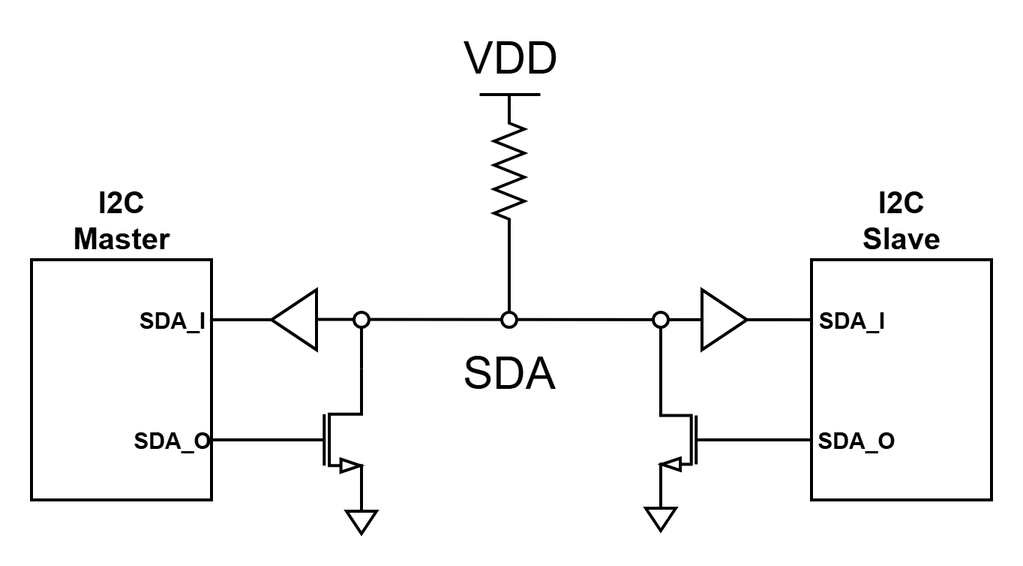
Above: images/i2c_pull_up.png in taeseong-dev/i2c-spi-rtl-design (draw.io), before the change. Source tidied: cells renumbered, new cells last; positions are measured from the earlier drawing's top-left corner, leaving out a move shared by most shapes.
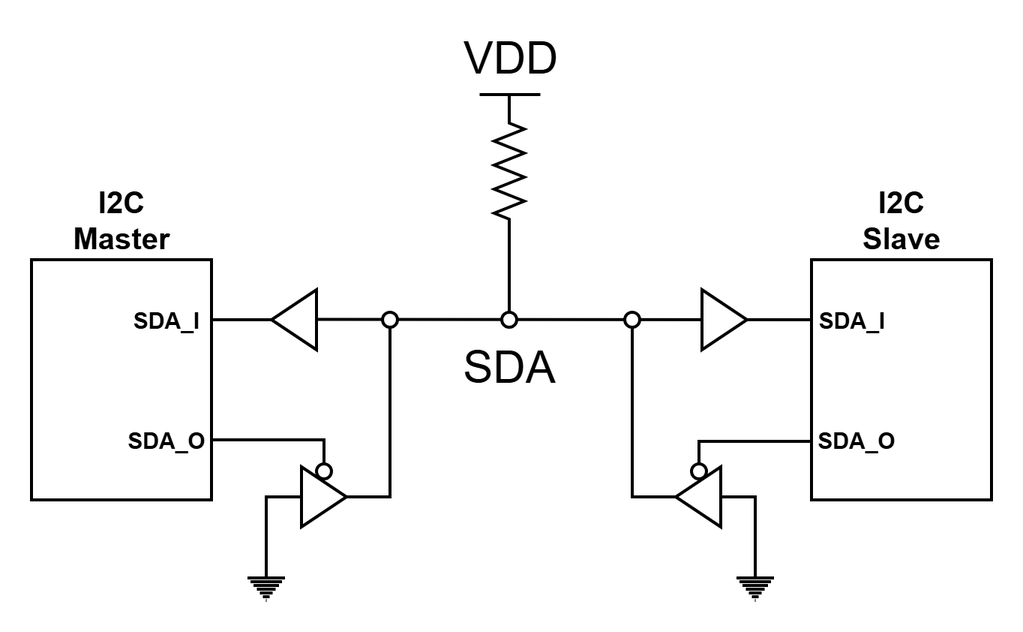
Later version of the same file.

Diff of the diagram source:
```diff
@@ -3,98 +3,113 @@
     <mxCell id="0" />
     <mxCell id="1" parent="0" />
     <mxCell id="2" value="I2C&lt;div&gt;Master&lt;/div&gt;" style="rounded=0;whiteSpace=wrap;html=1;strokeWidth=2;fontSize=20;fontStyle=1;align=center;verticalAlign=bottom;horizontal=1;labelPosition=center;verticalLabelPosition=top;" parent="1" vertex="1">
-      <mxGeometry y="150" width="120" height="160" as="geometry" />
+      <mxGeometry y="550" width="120" height="160" as="geometry" />
     </mxCell>
     <mxCell id="3" style="endArrow=none;html=1;rounded=0;strokeWidth=2;" parent="1" edge="1">
       <mxGeometry relative="1" as="geometry">
-        <mxPoint x="119.5" y="190" as="sourcePoint" />
-        <mxPoint x="160" y="190" as="targetPoint" />
+        <mxPoint x="119.5" y="590" as="sourcePoint" />
+        <mxPoint x="160" y="590" as="targetPoint" />
       </mxGeometry>
     </mxCell>
     <mxCell id="4" style="triangle;whiteSpace=wrap;html=1;rotation=-180;strokeWidth=2;" parent="1" vertex="1">
-      <mxGeometry x="160" y="170" width="30" height="40" as="geometry" />
+      <mxGeometry x="160" y="570" width="30" height="40" as="geometry" />
     </mxCell>
-    <mxCell id="5" style="verticalLabelPosition=bottom;shadow=0;dashed=0;align=center;html=1;verticalAlign=top;shape=mxgraph.electrical.transistors.nmos;strokeWidth=2;" parent="1" vertex="1">
-      <mxGeometry x="160" y="220" width="60" height="100" as="geometry" />
+    <mxCell id="5" style="endArrow=none;html=1;rounded=0;exitX=1;exitY=0.5;exitDx=0;exitDy=0;entryX=0.5;entryY=1;entryDx=0;entryDy=0;strokeWidth=2;edgeStyle=orthogonalEdgeStyle;" parent="1" edge="1" source="23" target="15">
+      <mxGeometry relative="1" as="geometry" />
     </mxCell>
-    <mxCell id="6" style="endArrow=none;html=1;rounded=0;exitX=1;exitY=0;exitDx=0;exitDy=0;exitPerimeter=0;entryX=0.5;entryY=1;entryDx=0;entryDy=0;strokeWidth=2;" parent="1" edge="1" source="5" target="18">
-      <mxGeometry relative="1" as="geometry" />
+    <mxCell id="6" style="endArrow=none;html=1;rounded=0;entryX=0.5;entryY=0;entryDx=0;entryDy=0;exitX=1;exitY=0.75;exitDx=0;exitDy=0;strokeWidth=2;edgeStyle=orthogonalEdgeStyle;" parent="1" edge="1" source="2" target="24">
+      <mxGeometry x="0.21" relative="1" as="geometry" />
     </mxCell>
-    <mxCell id="7" style="endArrow=none;html=1;rounded=0;entryX=0;entryY=0.5;entryDx=0;entryDy=0;entryPerimeter=0;exitX=1;exitY=0.75;exitDx=0;exitDy=0;strokeWidth=2;" parent="1" edge="1" source="2" target="5">
-      <mxGeometry relative="1" as="geometry" />
+    <mxCell id="7" style="verticalLabelPosition=bottom;shadow=0;dashed=0;align=center;html=1;verticalAlign=top;shape=mxgraph.electrical.resistors.resistor_2;rotation=-90;strokeWidth=2;" parent="1" vertex="1">
+      <mxGeometry x="268.5" y="481" width="100" height="20" as="geometry" />
     </mxCell>
-    <mxCell id="8" style="verticalLabelPosition=bottom;shadow=0;dashed=0;align=center;html=1;verticalAlign=top;shape=mxgraph.electrical.resistors.resistor_2;rotation=-90;strokeWidth=2;" parent="1" vertex="1">
-      <mxGeometry x="268.5" y="81" width="100" height="20" as="geometry" />
+    <mxCell id="8" style="endArrow=none;html=1;rounded=0;strokeWidth=2;" parent="1" edge="1">
+      <mxGeometry relative="1" as="geometry">
+        <mxPoint x="298.8" y="440" as="sourcePoint" />
+        <mxPoint x="339.2" y="440" as="targetPoint" />
+      </mxGeometry>
     </mxCell>
-    <mxCell id="9" style="endArrow=none;html=1;rounded=0;strokeWidth=2;" parent="1" edge="1">
-      <mxGeometry relative="1" as="geometry">
-        <mxPoint x="298.8" y="40" as="sourcePoint" />
-        <mxPoint x="339.2" y="40" as="targetPoint" />
-      </mxGeometry>
+    <mxCell id="9" value="VDD" style="text;html=1;whiteSpace=wrap;strokeColor=none;fillColor=none;align=center;verticalAlign=middle;rounded=0;fontSize=30;fontStyle=0;strokeWidth=2;" parent="1" vertex="1">
+      <mxGeometry x="268.5" y="400" width="101" height="30" as="geometry" />
     </mxCell>
-    <mxCell id="10" value="VDD" style="text;html=1;whiteSpace=wrap;strokeColor=none;fillColor=none;align=center;verticalAlign=middle;rounded=0;fontSize=30;fontStyle=0;strokeWidth=2;" parent="1" vertex="1">
-      <mxGeometry x="268.5" width="101" height="30" as="geometry" />
+    <mxCell id="10" value="SDA_O" style="text;html=1;whiteSpace=wrap;strokeColor=none;fillColor=none;align=center;verticalAlign=middle;rounded=0;fontSize=15;fontStyle=1;strokeWidth=2;" parent="1" vertex="1">
+      <mxGeometry x="60" y="655" width="60" height="30" as="geometry" />
     </mxCell>
-    <mxCell id="11" value="SDA_O" style="text;html=1;whiteSpace=wrap;strokeColor=none;fillColor=none;align=center;verticalAlign=middle;rounded=0;fontSize=15;fontStyle=1;strokeWidth=2;" parent="1" vertex="1">
-      <mxGeometry x="64" y="255" width="60" height="30" as="geometry" />
+    <mxCell id="11" value="SDA_I" style="text;html=1;whiteSpace=wrap;strokeColor=none;fillColor=none;align=center;verticalAlign=middle;rounded=0;fontSize=15;fontStyle=1;strokeWidth=2;" parent="1" vertex="1">
+      <mxGeometry x="60" y="575" width="60" height="30" as="geometry" />
     </mxCell>
-    <mxCell id="12" value="SDA_I" style="text;html=1;whiteSpace=wrap;strokeColor=none;fillColor=none;align=center;verticalAlign=middle;rounded=0;fontSize=15;fontStyle=1;strokeWidth=2;" parent="1" vertex="1">
-      <mxGeometry x="64" y="175" width="60" height="30" as="geometry" />
+    <mxCell id="12" style="endArrow=none;html=1;rounded=0;strokeWidth=2;" parent="1" edge="1">
+      <mxGeometry relative="1" as="geometry">
+        <mxPoint x="318.5" y="590" as="sourcePoint" />
+        <mxPoint x="318.5" y="540" as="targetPoint" />
+      </mxGeometry>
     </mxCell>
-    <mxCell id="13" style="triangle;whiteSpace=wrap;html=1;rotation=90;strokeWidth=2;" parent="1" vertex="1">
-      <mxGeometry x="212.5" y="315" width="15" height="20" as="geometry" />
+    <mxCell id="13" style="endArrow=none;html=1;rounded=0;entryX=0;entryY=0.25;entryDx=0;entryDy=0;strokeWidth=2;" parent="1" edge="1" target="14">
+      <mxGeometry relative="1" as="geometry">
+        <mxPoint x="190.8" y="589.7" as="sourcePoint" />
+      </mxGeometry>
     </mxCell>
-    <mxCell id="14" style="endArrow=none;html=1;rounded=0;strokeWidth=2;" parent="1" edge="1">
-      <mxGeometry relative="1" as="geometry">
-        <mxPoint x="318.5" y="190" as="sourcePoint" />
-        <mxPoint x="318.5" y="140" as="targetPoint" />
-      </mxGeometry>
+    <mxCell id="14" value="I2C&lt;div&gt;Slave&lt;/div&gt;" style="rounded=0;whiteSpace=wrap;html=1;strokeWidth=2;fontSize=20;fontStyle=1;align=center;verticalAlign=bottom;horizontal=1;labelPosition=center;verticalLabelPosition=top;flipH=0;legacyAnchorPoints=0;flipV=0;" parent="1" vertex="1">
+      <mxGeometry x="520" y="550" width="120" height="160" as="geometry" />
     </mxCell>
-    <mxCell id="15" style="verticalLabelPosition=bottom;shadow=0;dashed=0;align=center;html=1;verticalAlign=top;shape=mxgraph.electrical.transistors.nmos;flipH=0;legacyAnchorPoints=0;flipV=1;rotation=-180;strokeWidth=2;" parent="1" vertex="1">
-      <mxGeometry x="419.5" y="220" width="57" height="100" as="geometry" />
+    <mxCell id="15" style="ellipse;whiteSpace=wrap;html=1;strokeWidth=2;" parent="1" vertex="1">
+      <mxGeometry x="234" y="585" width="10" height="10" as="geometry" />
     </mxCell>
-    <mxCell id="16" style="endArrow=none;html=1;rounded=0;entryX=0;entryY=0.25;entryDx=0;entryDy=0;strokeWidth=2;" parent="1" edge="1" target="17">
-      <mxGeometry relative="1" as="geometry">
-        <mxPoint x="190.8" y="189.7" as="sourcePoint" />
-      </mxGeometry>
+    <mxCell id="16" style="ellipse;whiteSpace=wrap;html=1;strokeWidth=2;" parent="1" vertex="1">
+      <mxGeometry x="313.5" y="585" width="10" height="10" as="geometry" />
     </mxCell>
-    <mxCell id="17" value="I2C&lt;div&gt;Slave&lt;/div&gt;" style="rounded=0;whiteSpace=wrap;html=1;strokeWidth=2;fontSize=20;fontStyle=1;align=center;verticalAlign=bottom;horizontal=1;labelPosition=center;verticalLabelPosition=top;flipH=0;legacyAnchorPoints=0;flipV=0;" parent="1" vertex="1">
-      <mxGeometry x="520" y="150" width="120" height="160" as="geometry" />
+    <mxCell id="17" style="triangle;whiteSpace=wrap;html=1;rotation=0;strokeWidth=2;" parent="1" vertex="1">
+      <mxGeometry x="447" y="570" width="30" height="40" as="geometry" />
     </mxCell>
-    <mxCell id="18" style="ellipse;whiteSpace=wrap;html=1;strokeWidth=2;" parent="1" vertex="1">
-      <mxGeometry x="215" y="185" width="10" height="10" as="geometry" />
+    <mxCell id="18" value="SDA_O" style="text;html=1;whiteSpace=wrap;strokeColor=none;fillColor=none;align=center;verticalAlign=middle;rounded=0;fontSize=15;fontStyle=1;flipH=0;legacyAnchorPoints=0;flipV=0;strokeWidth=2;" parent="1" vertex="1">
+      <mxGeometry x="520" y="655" width="60" height="30" as="geometry" />
     </mxCell>
-    <mxCell id="19" style="ellipse;whiteSpace=wrap;html=1;strokeWidth=2;" parent="1" vertex="1">
-      <mxGeometry x="313.5" y="185" width="10" height="10" as="geometry" />
+    <mxCell id="19" value="SDA_I" style="text;html=1;whiteSpace=wrap;strokeColor=none;fillColor=none;align=center;verticalAlign=middle;rounded=0;fontSize=15;fontStyle=1;flipH=0;legacyAnchorPoints=0;flipV=0;strokeWidth=2;" parent="1" vertex="1">
+      <mxGeometry x="517" y="575" width="60" height="30" as="geometry" />
     </mxCell>
-    <mxCell id="20" style="triangle;whiteSpace=wrap;html=1;rotation=0;strokeWidth=2;" parent="1" vertex="1">
-      <mxGeometry x="447" y="170" width="30" height="40" as="geometry" />
+    <mxCell id="20" style="endArrow=none;html=1;rounded=0;exitX=1;exitY=0.5;exitDx=0;exitDy=0;entryX=0.5;entryY=1;entryDx=0;entryDy=0;strokeWidth=2;edgeStyle=orthogonalEdgeStyle;" parent="1" edge="1" source="29" target="21">
+      <mxGeometry relative="1" as="geometry" />
     </mxCell>
-    <mxCell id="21" value="SDA_O" style="text;html=1;whiteSpace=wrap;strokeColor=none;fillColor=none;align=center;verticalAlign=middle;rounded=0;fontSize=15;fontStyle=1;flipH=0;legacyAnchorPoints=0;flipV=0;strokeWidth=2;" parent="1" vertex="1">
-      <mxGeometry x="520" y="255" width="60" height="30" as="geometry" />
+    <mxCell id="21" style="ellipse;whiteSpace=wrap;html=1;strokeWidth=2;" parent="1" vertex="1">
+      <mxGeometry x="395.5" y="585" width="10" height="10" as="geometry" />
     </mxCell>
-    <mxCell id="22" value="SDA_I" style="text;html=1;whiteSpace=wrap;strokeColor=none;fillColor=none;align=center;verticalAlign=middle;rounded=0;fontSize=15;fontStyle=1;flipH=0;legacyAnchorPoints=0;flipV=0;strokeWidth=2;" parent="1" vertex="1">
-      <mxGeometry x="517" y="175" width="60" height="30" as="geometry" />
+    <mxCell id="22" value="SDA" style="text;html=1;whiteSpace=wrap;strokeColor=none;fillColor=none;align=center;verticalAlign=middle;rounded=0;fontSize=30;fontStyle=0;strokeWidth=2;" parent="1" vertex="1">
+      <mxGeometry x="267.5" y="606" width="101" height="30" as="geometry" />
     </mxCell>
-    <mxCell id="23" style="endArrow=none;html=1;rounded=0;strokeWidth=2;" parent="1" edge="1">
-      <mxGeometry relative="1" as="geometry">
-        <mxPoint x="474" y="270" as="sourcePoint" />
-        <mxPoint x="520" y="270" as="targetPoint" />
-      </mxGeometry>
+    <mxCell id="23" style="triangle;whiteSpace=wrap;html=1;rotation=0;strokeWidth=2;" parent="1" vertex="1">
+      <mxGeometry x="180" y="688" width="30" height="40" as="geometry" />
     </mxCell>
-    <mxCell id="24" style="endArrow=none;html=1;rounded=0;exitX=1;exitY=0;exitDx=0;exitDy=0;exitPerimeter=0;entryX=0.5;entryY=1;entryDx=0;entryDy=0;strokeWidth=2;" parent="1" edge="1" target="25">
-      <mxGeometry relative="1" as="geometry">
-        <mxPoint x="419.5" y="226" as="sourcePoint" />
-      </mxGeometry>
+    <mxCell id="24" style="ellipse;whiteSpace=wrap;html=1;strokeWidth=2;" parent="1" vertex="1">
+      <mxGeometry x="190" y="686" width="10" height="10" as="geometry" />
     </mxCell>
-    <mxCell id="25" style="ellipse;whiteSpace=wrap;html=1;strokeWidth=2;" parent="1" vertex="1">
-      <mxGeometry x="414.5" y="185" width="10" height="10" as="geometry" />
+    <mxCell id="25" style="endArrow=none;html=1;rounded=0;entryX=0;entryY=0.5;entryDx=0;entryDy=0;strokeWidth=2;edgeStyle=orthogonalEdgeStyle;exitX=0.5;exitY=0;exitDx=0;exitDy=0;exitPerimeter=0;" parent="1" edge="1" source="26" target="23">
+      <mxGeometry x="-0.35" relative="1" as="geometry" />
     </mxCell>
-    <mxCell id="26" style="triangle;whiteSpace=wrap;html=1;rotation=90;strokeWidth=2;" parent="1" vertex="1">
-      <mxGeometry x="412" y="313" width="15" height="20" as="geometry" />
+    <mxCell id="26" style="verticalLabelPosition=bottom;shadow=0;dashed=0;align=center;html=1;verticalAlign=top;shape=mxgraph.electrical.signal_sources.protective_earth;labelPerimeter=1;strokeWidth=2;" parent="1" vertex="1">
+      <mxGeometry x="144" y="757" width="25" height="20" as="geometry" />
     </mxCell>
-    <mxCell id="27" value="SDA" style="text;html=1;whiteSpace=wrap;strokeColor=none;fillColor=none;align=center;verticalAlign=middle;rounded=0;fontSize=30;fontStyle=0;strokeWidth=2;" parent="1" vertex="1">
-      <mxGeometry x="267.5" y="210" width="101" height="30" as="geometry" />
+    <mxCell id="27" style="endArrow=none;html=1;rounded=0;strokeWidth=2;" parent="1" edge="1">
+      <mxGeometry relative="1" as="geometry">
+        <mxPoint x="474" y="670" as="sourcePoint" />
+        <mxPoint x="474.5" y="670" as="targetPoint" />
+      </mxGeometry>
     </mxCell>
+    <mxCell id="28" style="endArrow=none;html=1;rounded=0;exitX=1;exitY=0.75;exitDx=0;exitDy=0;strokeWidth=2;edgeStyle=orthogonalEdgeStyle;entryX=0.5;entryY=0;entryDx=0;entryDy=0;" parent="1" edge="1" target="30">
+      <mxGeometry x="0.22" relative="1" as="geometry">
+        <mxPoint x="520" y="671" as="sourcePoint" />
+      </mxGeometry>
+    </mxCell>
+    <mxCell id="29" style="triangle;whiteSpace=wrap;html=1;rotation=-180;strokeWidth=2;" parent="1" vertex="1">
+      <mxGeometry x="429.5" y="688" width="30" height="40" as="geometry" />
+    </mxCell>
+    <mxCell id="30" style="ellipse;whiteSpace=wrap;html=1;strokeWidth=2;" parent="1" vertex="1">
+      <mxGeometry x="440" y="686" width="10" height="10" as="geometry" />
+    </mxCell>
+    <mxCell id="31" style="endArrow=none;html=1;rounded=0;entryX=0;entryY=0.5;entryDx=0;entryDy=0;strokeWidth=2;edgeStyle=orthogonalEdgeStyle;exitX=0.5;exitY=0;exitDx=0;exitDy=0;exitPerimeter=0;" parent="1" edge="1" source="32" target="29">
+      <mxGeometry x="-0.35" relative="1" as="geometry" />
+    </mxCell>
+    <mxCell id="32" style="verticalLabelPosition=bottom;shadow=0;dashed=0;align=center;html=1;verticalAlign=top;shape=mxgraph.electrical.signal_sources.protective_earth;labelPerimeter=1;strokeWidth=2;" parent="1" vertex="1">
+      <mxGeometry x="470" y="757" width="25" height="20" as="geometry" />
+    </mxCell>
   </root>
 </mxGraphModel>
```
